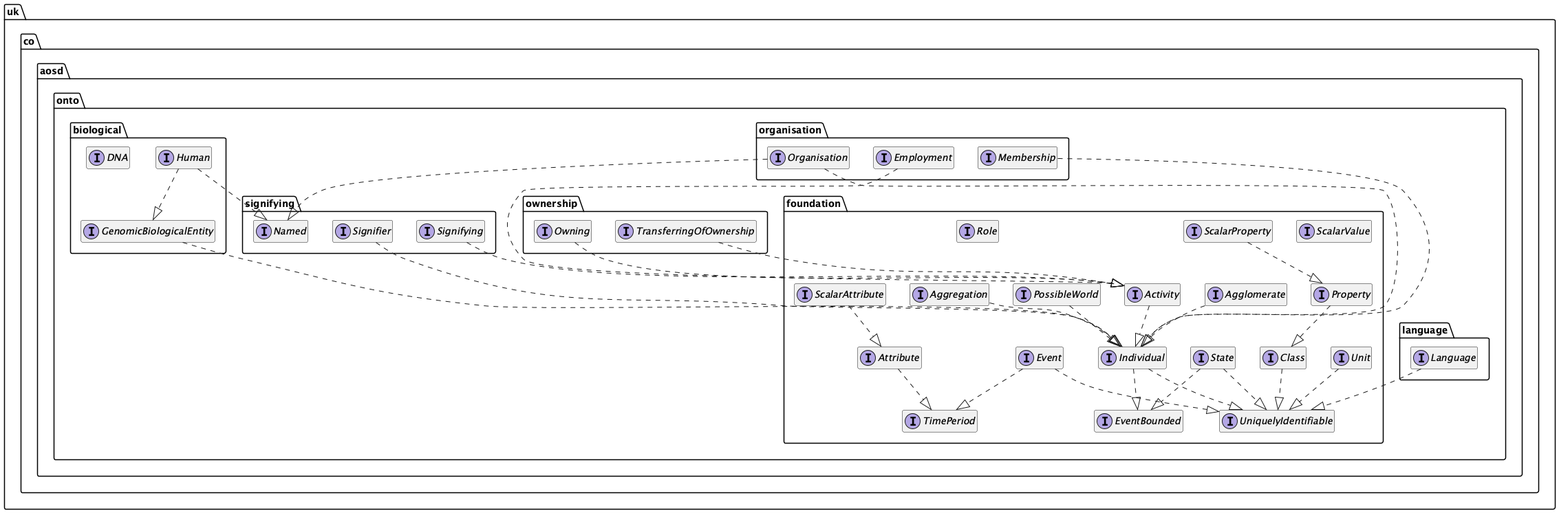
This is diagrams/uml.png from twalmsley/FoundationOntology, a PlantUML export, as it was before one commit.
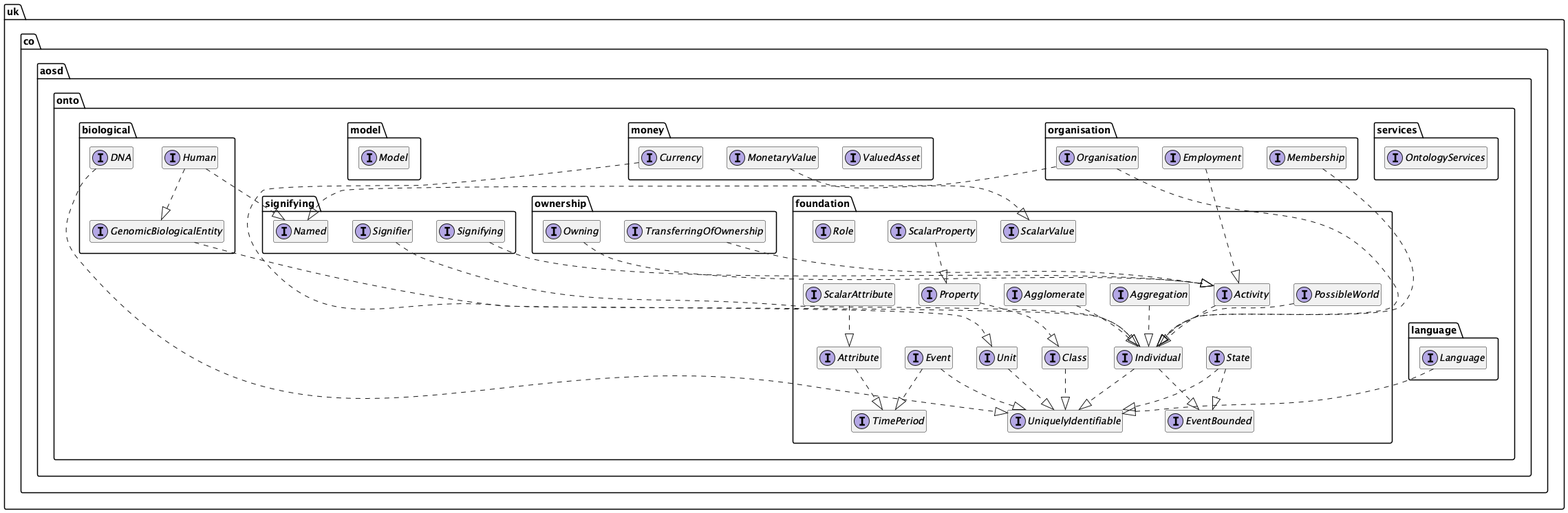
Later version of the same file.

Commit message:
Updated UML diagram.

Diff of the diagram source:
```diff
@@ -6,7 +6,7 @@
 
 
 interface uk.co.aosd.onto.biological.GenomicBiologicalEntity {
-	{method}  {abstract} +dna () : java.util.Optional
+	{method}  {abstract} +dna () : uk.co.aosd.onto.biological.DNA
 }
 
 
@@ -92,8 +92,8 @@
 
 interface uk.co.aosd.onto.foundation.TimePeriod {
 	{method} +duration () : java.util.Optional
-	{method}  {abstract} +from () : java.util.Optional
-	{method}  {abstract} +to () : java.util.Optional
+	{method}  {abstract} +from () : java.time.Instant
+	{method}  {abstract} +to () : java.time.Instant
 }
 
 
@@ -112,8 +112,31 @@
 }
 
 
+interface uk.co.aosd.onto.model.Model {
+	{method}  {abstract} +add ( paramUniquelyIdentifiable1 : uk.co.aosd.onto.foundation.UniquelyIdentifiable ) : void
+	{method}  {abstract} +getThing ( paramString1 : String ) : java.util.Optional
+	{method}  {abstract} +getThings () : java.util.Collection
+}
+
+
+interface uk.co.aosd.onto.money.Currency {
+	{method}  {abstract} +code () : String
+	{method}  {abstract} +name () : String
+	{method}  {abstract} +symbol () : char
+}
+
+
+interface uk.co.aosd.onto.money.MonetaryValue {
+}
+
+
+interface uk.co.aosd.onto.money.ValuedAsset {
+	{method}  {abstract} +value () : uk.co.aosd.onto.money.MonetaryValue
+}
+
+
 interface uk.co.aosd.onto.organisation.Employment {
-	{method}  {abstract} +contract () : java.util.Optional
+	{method}  {abstract} +contract () : Object
 	{method}  {abstract} +employee () : uk.co.aosd.onto.biological.Human
 	{method}  {abstract} +employer () : uk.co.aosd.onto.organisation.Organisation
 }
@@ -144,17 +167,40 @@
 }
 
 
+interface uk.co.aosd.onto.services.OntologyServices {
+	{method}  {abstract} +createClass ( paramString1 : String , paramSet2 : java.util.Set ) : uk.co.aosd.onto.foundation.Class
+	{method}  {abstract} +createCurrency ( paramString1 : String , paramString2 : String , paramString3 : String , paramchar4 : char ) : uk.co.aosd.onto.money.Currency
+	{method}  {abstract} +createDna ( paramString1 : String , paramString2 : String ) : uk.co.aosd.onto.biological.DNA
+	{method}  {abstract} +createEvent ( paramString1 : String , paramInstant2 : java.time.Instant , paramInstant3 : java.time.Instant ) : uk.co.aosd.onto.foundation.Event
+	{method}  {abstract} +createHuman ( paramString1 : String , paramEvent2 : uk.co.aosd.onto.foundation.Event , paramEvent3 : uk.co.aosd.onto.foundation.Event , paramClass4 : uk.co.aosd.onto.foundation.Class , paramLanguage5 : uk.co.aosd.onto.language.Language , paramClass6 : uk.co.aosd.onto.foundation.Class , paramDNA7 : uk.co.aosd.onto.biological.DNA ) : uk.co.aosd.onto.biological.Human
+	{method}  {abstract} +createIndividual ( paramString1 : String , paramEvent2 : uk.co.aosd.onto.foundation.Event , paramEvent3 : uk.co.aosd.onto.foundation.Event ) : uk.co.aosd.onto.foundation.Individual
+	{method}  {abstract} +createLanguage ( paramString1 : String , paramString2 : String ) : uk.co.aosd.onto.language.Language
+	{method}  {abstract} +createMembership ( paramString1 : String , paramHuman2 : uk.co.aosd.onto.biological.Human , paramRole3 : uk.co.aosd.onto.foundation.Role , paramEvent4 : uk.co.aosd.onto.foundation.Event , paramEvent5 : uk.co.aosd.onto.foundation.Event ) : uk.co.aosd.onto.organisation.Membership
+	{method}  {abstract} +createModel () : uk.co.aosd.onto.model.Model
+	{method}  {abstract} +createMonetaryValue ( paramDecimal3f1 : org.decimal4j.immutable.Decimal3f , paramCurrency2 : uk.co.aosd.onto.money.Currency ) : uk.co.aosd.onto.money.MonetaryValue
+	{method}  {abstract} +createOrganisation ( paramString1 : String , paramClass2 : uk.co.aosd.onto.foundation.Class , paramString3 : String , paramClass4 : uk.co.aosd.onto.foundation.Class , paramClass5 : uk.co.aosd.onto.foundation.Class , paramEvent6 : uk.co.aosd.onto.foundation.Event , paramEvent7 : uk.co.aosd.onto.foundation.Event ) : uk.co.aosd.onto.organisation.Organisation
+	{method}  {abstract} +createOwnership ( paramString1 : String , paramString2 : String , paramIndividual3 : uk.co.aosd.onto.foundation.Individual , paramIndividual4 : uk.co.aosd.onto.foundation.Individual , paramEvent5 : uk.co.aosd.onto.foundation.Event , paramEvent6 : uk.co.aosd.onto.foundation.Event ) : uk.co.aosd.onto.ownership.Owning
+	{method}  {abstract} +createPossibleWorld ( paramString1 : String , paramSet2 : java.util.Set , paramEvent3 : uk.co.aosd.onto.foundation.Event , paramEvent4 : uk.co.aosd.onto.foundation.Event ) : uk.co.aosd.onto.foundation.PossibleWorld
+	{method}  {abstract} +createRole ( paramString1 : String ) : uk.co.aosd.onto.foundation.Role
+	{method}  {abstract} +createSignifier ( paramString1 : String , paramObject2 : Object , paramLanguage3 : uk.co.aosd.onto.language.Language , paramEvent4 : uk.co.aosd.onto.foundation.Event , paramEvent5 : uk.co.aosd.onto.foundation.Event ) : uk.co.aosd.onto.signifying.Signifier
+	{method}  {abstract} +createState ( paramString1 : String , paramIndividual2 : uk.co.aosd.onto.foundation.Individual , paramEvent3 : uk.co.aosd.onto.foundation.Event , paramEvent4 : uk.co.aosd.onto.foundation.Event ) : uk.co.aosd.onto.foundation.State
+	{method}  {abstract} +transferOwnership ( paramString1 : String , paramString2 : String , paramOwning3 : uk.co.aosd.onto.ownership.Owning , paramIndividual4 : uk.co.aosd.onto.foundation.Individual , paramEvent5 : uk.co.aosd.onto.foundation.Event , paramEvent6 : uk.co.aosd.onto.foundation.Event ) : uk.co.aosd.onto.ownership.TransferringOfOwnership
+}
+
+
 interface uk.co.aosd.onto.signifying.Named {
 	{method}  {abstract} +names () : uk.co.aosd.onto.foundation.Class
 }
 
 
 interface uk.co.aosd.onto.signifying.Signifier {
+	{method}  {abstract} +language () : uk.co.aosd.onto.language.Language
 	{method}  {abstract} +name () : Object
 }
 
 
 interface uk.co.aosd.onto.signifying.Signifying {
+	{method}  {abstract} +language () : uk.co.aosd.onto.language.Language
 	{method}  {abstract} +name () : Object
 	{method}  {abstract} +named () : uk.co.aosd.onto.foundation.UniquelyIdentifiable
 }
@@ -162,6 +208,7 @@
 
 
 
+uk.co.aosd.onto.biological.DNA ..|>  uk.co.aosd.onto.foundation.UniquelyIdentifiable
 uk.co.aosd.onto.biological.GenomicBiologicalEntity ..|>  uk.co.aosd.onto.foundation.Individual
 uk.co.aosd.onto.biological.Human ..|>  uk.co.aosd.onto.biological.GenomicBiologicalEntity
 uk.co.aosd.onto.biological.Human ..|>  uk.co.aosd.onto.signifying.Named
@@ -182,6 +229,8 @@
 uk.co.aosd.onto.foundation.State ..|>  uk.co.aosd.onto.foundation.UniquelyIdentifiable
 uk.co.aosd.onto.foundation.Unit ..|>  uk.co.aosd.onto.foundation.UniquelyIdentifiable
 uk.co.aosd.onto.language.Language ..|>  uk.co.aosd.onto.foundation.UniquelyIdentifiable
+uk.co.aosd.onto.money.Currency ..|>  uk.co.aosd.onto.foundation.Unit
+uk.co.aosd.onto.money.MonetaryValue ..|>  uk.co.aosd.onto.foundation.ScalarValue
 uk.co.aosd.onto.organisation.Employment ..|>  uk.co.aosd.onto.foundation.Activity
 uk.co.aosd.onto.organisation.Membership ..|>  uk.co.aosd.onto.foundation.Individual
 uk.co.aosd.onto.organisation.Organisation ..|>  uk.co.aosd.onto.foundation.Individual
```
